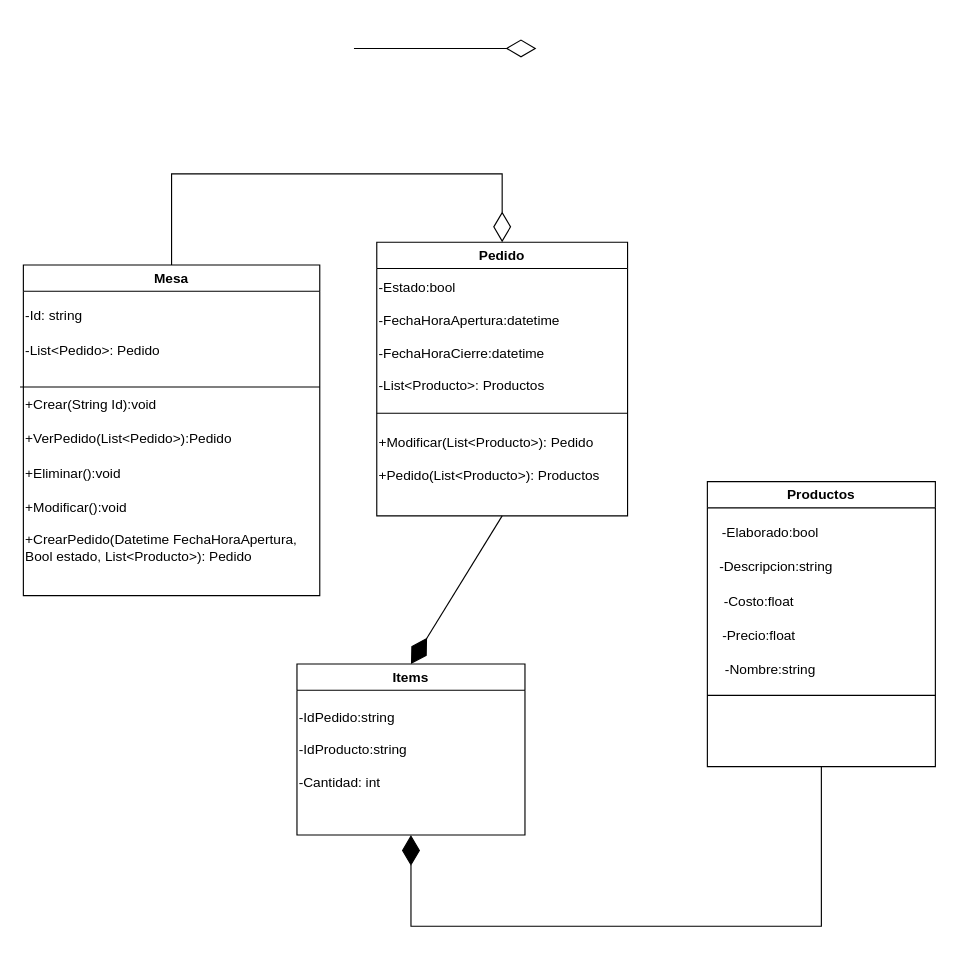
Earlier version of the draw.io diagram Diagrama Actualizado.drawio (gabymuise/Tito-s-Restobar). Source tidied: cells renumbered, new cells numbered last; positions are measured from the earlier drawing's top-left corner, leaving out a move shared by most shapes. Both pictures are drawn from the tidied source at 114%, with x=0, y=0 at pixel (23, 48).
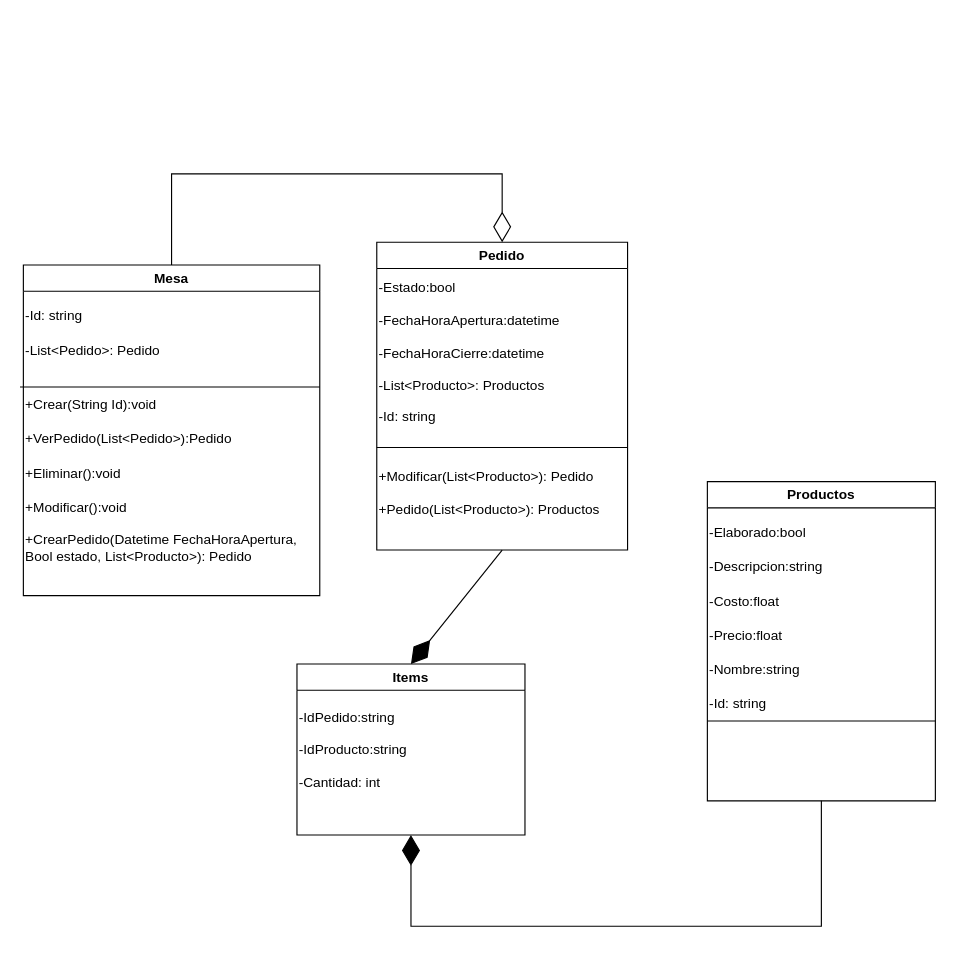
The same diagram, later.

Diff of the diagram source:
```diff
@@
     <mxCell id="11" value="Productos" style="swimlane;whiteSpace=wrap;html=1;" parent="1" vertex="1">
-      <mxGeometry x="600" y="380" width="200" height="250" as="geometry" />
+      <mxGeometry x="600" y="380" width="200" height="280" as="geometry" />
     </mxCell>
-    <mxCell id="12" value="-Elaborado:bool" style="text;html=1;align=center;verticalAlign=middle;strokeColor=none;fillColor=none;" parent="11" vertex="1">
+    <mxCell id="12" value="-Elaborado:bool" style="text;html=1;align=left;verticalAlign=middle;strokeColor=none;fillColor=none;" parent="11" vertex="1">
       <mxGeometry y="30" width="110" height="30" as="geometry" />
     </mxCell>
-    <mxCell id="13" value="-Descripcion:string" style="text;html=1;align=center;verticalAlign=middle;strokeColor=none;fillColor=none;" parent="11" vertex="1">
+    <mxCell id="13" value="-Descripcion:string" style="text;html=1;align=left;verticalAlign=middle;strokeColor=none;fillColor=none;" parent="11" vertex="1">
       <mxGeometry y="60" width="120" height="30" as="geometry" />
     </mxCell>
-    <mxCell id="14" value="-Costo:float&lt;br&gt;&lt;br style=&quot;border-color: var(--border-color); text-align: left;&quot;&gt;&lt;span style=&quot;text-align: left;&quot;&gt;-Precio:float&lt;/span&gt;" style="text;html=1;align=center;verticalAlign=middle;strokeColor=none;fillColor=none;" parent="11" vertex="1">
+    <mxCell id="14" value="-Costo:float&lt;br&gt;&lt;br style=&quot;border-color: var(--border-color);&quot;&gt;&lt;span style=&quot;&quot;&gt;-Precio:float&lt;/span&gt;" style="text;html=1;align=left;verticalAlign=middle;strokeColor=none;fillColor=none;" parent="11" vertex="1">
       <mxGeometry y="90" width="90" height="60" as="geometry" />
     </mxCell>
-    <mxCell id="15" value="-Nombre:string" style="text;html=1;align=center;verticalAlign=middle;strokeColor=none;fillColor=none;" parent="11" vertex="1">
-      <mxGeometry x="5" y="150" width="100" height="30" as="geometry" />
+    <mxCell id="15" value="-Nombre:string" style="text;html=1;align=left;verticalAlign=middle;strokeColor=none;fillColor=none;" parent="11" vertex="1">
+      <mxGeometry y="150" width="100" height="30" as="geometry" />
     </mxCell>
+    <mxCell id="27" value="-Id: string" style="text;html=1;align=left;verticalAlign=middle;strokeColor=none;fillColor=none;" parent="11" vertex="1">
+      <mxGeometry y="180" width="70" height="30" as="geometry" />
+    </mxCell>
-    <mxCell id="16" style="endArrow=none;html=1;rounded=0;exitX=0;exitY=0.75;exitDx=0;exitDy=0;entryX=1;entryY=0.75;entryDx=0;entryDy=0;" parent="1" edge="1" source="11" target="11">
+    <mxCell id="16" style="endArrow=none;html=1;rounded=0;entryX=1;entryY=0.75;entryDx=0;entryDy=0;exitX=0;exitY=0.75;exitDx=0;exitDy=0;" parent="1" edge="1" source="11" target="11">
       <mxGeometry relative="1" as="geometry" />
     </mxCell>
     <mxCell id="17" value="Pedido" style="swimlane;whiteSpace=wrap;html=1;" parent="1" vertex="1">
-      <mxGeometry x="310" y="170" width="220" height="240" as="geometry" />
+      <mxGeometry x="310" y="170" width="220" height="270" as="geometry" />
     </mxCell>
@@
     <mxCell id="19" value="+Modificar(List&amp;lt;Producto&amp;gt;): Pedido&lt;br&gt;&lt;br&gt;+Pedido(List&amp;lt;Producto&amp;gt;): Productos" style="text;html=1;align=left;verticalAlign=middle;strokeColor=none;fillColor=none;" parent="17" vertex="1">
-      <mxGeometry y="160" width="220" height="60" as="geometry" />
+      <mxGeometry y="190" width="220" height="60" as="geometry" />
     </mxCell>
     <mxCell id="20" style="endArrow=none;html=1;rounded=0;" parent="17" edge="1">
       <mxGeometry relative="1" as="geometry">
-        <mxPoint y="150" as="sourcePoint" />
-        <mxPoint x="220" y="150" as="targetPoint" />
+        <mxPoint y="180" as="sourcePoint" />
+        <mxPoint x="220" y="180" as="targetPoint" />
       </mxGeometry>
     </mxCell>
+    <mxCell id="28" value="-Id: string" style="text;html=1;align=left;verticalAlign=middle;strokeColor=none;fillColor=none;" parent="17" vertex="1">
+      <mxGeometry y="138" width="70" height="30" as="geometry" />
+    </mxCell>
@@
-    <mxCell id="24" style="endArrow=diamondThin;endFill=0;endSize=24;html=1;rounded=0;" parent="1" edge="1">
-      <mxGeometry relative="1" as="geometry">
-        <mxPoint x="290" as="sourcePoint" />
-        <mxPoint x="450" as="targetPoint" />
-      </mxGeometry>
-    </mxCell>
```
